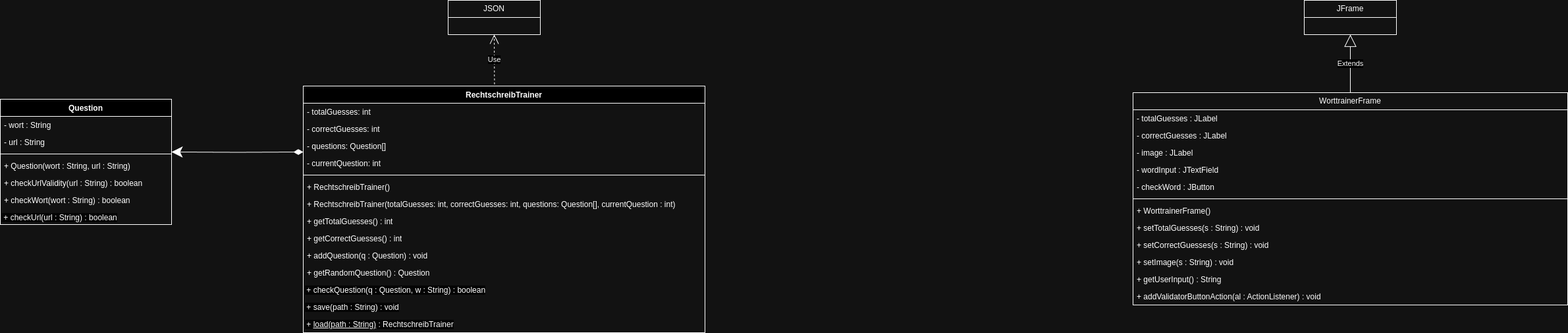
The draw.io diagram Worttrainer.png in TGM-HIT/sew9-2425-worttrainer-ahujaankush, before a commit. Source tidied: cells renumbered, new cells last; positions are measured from the earlier drawing's top-left corner, leaving out a move shared by most shapes.
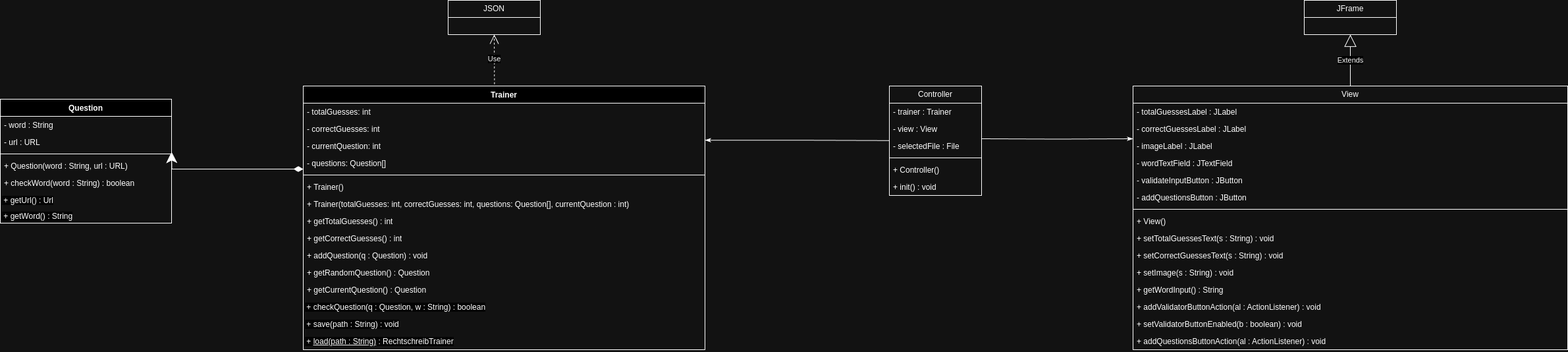
After the change.

What changed in the source:
```diff
@@ -5,8 +5,8 @@
     <mxCell id="2" value="Question" style="swimlane;fontStyle=1;align=center;verticalAlign=top;horizontal=1;startSize=26;whiteSpace=wrap;html=1;" parent="1" vertex="1">
-      <mxGeometry y="150" width="260" height="190" as="geometry" />
+      <mxGeometry y="150" width="260" height="188" as="geometry" />
     </mxCell>
-    <mxCell id="3" value="- wort : String" style="text;strokeColor=none;fillColor=none;align=left;verticalAlign=top;spacingLeft=4;spacingRight=4;overflow=hidden;whiteSpace=wrap;html=1;" parent="2" vertex="1">
+    <mxCell id="3" value="- word : String" style="text;strokeColor=none;fillColor=none;align=left;verticalAlign=top;spacingLeft=4;spacingRight=4;overflow=hidden;whiteSpace=wrap;html=1;" parent="2" vertex="1">
       <mxGeometry y="26" width="260" height="26" as="geometry" />
     </mxCell>
-    <mxCell id="4" value="- url : String" style="text;strokeColor=none;fillColor=none;align=left;verticalAlign=top;spacingLeft=4;spacingRight=4;overflow=hidden;whiteSpace=wrap;html=1;" parent="2" vertex="1">
+    <mxCell id="4" value="- url : URL" style="text;strokeColor=none;fillColor=none;align=left;verticalAlign=top;spacingLeft=4;spacingRight=4;overflow=hidden;whiteSpace=wrap;html=1;" parent="2" vertex="1">
       <mxGeometry y="52" width="260" height="26" as="geometry" />
@@ -16,16 +16,16 @@
     </mxCell>
-    <mxCell id="6" value="+ Question(wort : String, url : String)" style="text;strokeColor=none;fillColor=none;align=left;verticalAlign=top;spacingLeft=4;spacingRight=4;overflow=hidden;whiteSpace=wrap;html=1;" parent="2" vertex="1">
+    <mxCell id="6" value="+ Question(word : String, url : URL)" style="text;strokeColor=none;fillColor=none;align=left;verticalAlign=top;spacingLeft=4;spacingRight=4;overflow=hidden;whiteSpace=wrap;html=1;" parent="2" vertex="1">
       <mxGeometry y="88" width="260" height="26" as="geometry" />
     </mxCell>
-    <mxCell id="7" value="+ checkUrlValidity(url : String) : boolean" style="text;strokeColor=none;fillColor=none;align=left;verticalAlign=top;spacingLeft=4;spacingRight=4;overflow=hidden;whiteSpace=wrap;html=1;" parent="2" vertex="1">
-      <mxGeometry y="114" width="260" height="26" as="geometry" />
-    </mxCell>
-    <mxCell id="8" value="+ checkWort(wort : String) : boolean" style="text;strokeColor=none;fillColor=none;align=left;verticalAlign=top;spacingLeft=4;spacingRight=4;overflow=hidden;whiteSpace=wrap;html=1;" parent="2" vertex="1">
-      <mxGeometry y="140" width="260" height="26" as="geometry" />
+    <mxCell id="8" value="+ checkWord(word : String) : boolean" style="text;strokeColor=none;fillColor=none;align=left;verticalAlign=top;spacingLeft=4;spacingRight=4;overflow=hidden;whiteSpace=wrap;html=1;" parent="2" vertex="1">
+      <mxGeometry y="114" width="260" height="26" as="geometry" />
     </mxCell>
-    <mxCell id="9" value="&lt;span style=&quot;color: rgb(0, 0, 0); font-family: Helvetica; font-size: 12px; font-style: normal; font-variant-ligatures: normal; font-variant-caps: normal; font-weight: 400; letter-spacing: normal; orphans: 2; text-align: left; text-indent: 0px; text-transform: none; widows: 2; word-spacing: 0px; -webkit-text-stroke-width: 0px; white-space: normal; background-color: rgb(251, 251, 251); text-decoration-thickness: initial; text-decoration-style: initial; text-decoration-color: initial; display: inline !important; float: none;&quot;&gt;&amp;nbsp;+ checkUrl(url : String) : boolean&lt;/span&gt;" style="text;whiteSpace=wrap;html=1;" parent="2" vertex="1">
-      <mxGeometry y="166" width="260" height="24" as="geometry" />
+    <mxCell id="9" value="&lt;span style=&quot;color: rgb(0, 0, 0); font-family: Helvetica; font-size: 12px; font-style: normal; font-variant-ligatures: normal; font-variant-caps: normal; font-weight: 400; letter-spacing: normal; orphans: 2; text-align: left; text-indent: 0px; text-transform: none; widows: 2; word-spacing: 0px; -webkit-text-stroke-width: 0px; white-space: normal; background-color: rgb(251, 251, 251); text-decoration-thickness: initial; text-decoration-style: initial; text-decoration-color: initial; display: inline !important; float: none;&quot;&gt;&amp;nbsp;+ getUrl() : Url&lt;/span&gt;" style="text;whiteSpace=wrap;html=1;" parent="2" vertex="1">
+      <mxGeometry y="140" width="260" height="24" as="geometry" />
     </mxCell>
+    <mxCell id="43" value="&lt;span style=&quot;color: rgb(0, 0, 0); font-family: Helvetica; font-size: 12px; font-style: normal; font-variant-ligatures: normal; font-variant-caps: normal; font-weight: 400; letter-spacing: normal; orphans: 2; text-align: left; text-indent: 0px; text-transform: none; widows: 2; word-spacing: 0px; -webkit-text-stroke-width: 0px; white-space: normal; background-color: rgb(251, 251, 251); text-decoration-thickness: initial; text-decoration-style: initial; text-decoration-color: initial; display: inline !important; float: none;&quot;&gt;&amp;nbsp;+ getWord() : String&lt;/span&gt;" style="text;whiteSpace=wrap;html=1;" parent="2" vertex="1">
+      <mxGeometry y="164" width="260" height="24" as="geometry" />
+    </mxCell>
-    <mxCell id="10" value="RechtschreibTrainer" style="swimlane;fontStyle=1;align=center;verticalAlign=top;horizontal=1;startSize=26;whiteSpace=wrap;html=1;" parent="1" vertex="1">
-      <mxGeometry x="460" y="130" width="610" height="374" as="geometry" />
+    <mxCell id="10" value="Trainer" style="swimlane;fontStyle=1;align=center;verticalAlign=top;horizontal=1;startSize=26;whiteSpace=wrap;html=1;" parent="1" vertex="1">
+      <mxGeometry x="460" y="130" width="610" height="400" as="geometry" />
     </mxCell>
@@ -37,8 +37,8 @@
     </mxCell>
+    <mxCell id="14" value="- currentQuestion: int" style="text;strokeColor=none;fillColor=none;align=left;verticalAlign=top;spacingLeft=4;spacingRight=4;overflow=hidden;whiteSpace=wrap;html=1;" parent="10" vertex="1">
+      <mxGeometry y="78" width="610" height="26" as="geometry" />
+    </mxCell>
     <mxCell id="13" value="- questions: Question[]" style="text;strokeColor=none;fillColor=none;align=left;verticalAlign=top;spacingLeft=4;spacingRight=4;overflow=hidden;points=[[0,0.5],[1,0.5]];portConstraint=eastwest;whiteSpace=wrap;html=1;" parent="10" vertex="1">
-      <mxGeometry y="78" width="610" height="26" as="geometry" />
+      <mxGeometry y="104" width="610" height="26" as="geometry" />
     </mxCell>
-    <mxCell id="14" value="- currentQuestion: int" style="text;strokeColor=none;fillColor=none;align=left;verticalAlign=top;spacingLeft=4;spacingRight=4;overflow=hidden;whiteSpace=wrap;html=1;" parent="10" vertex="1">
-      <mxGeometry y="104" width="610" height="26" as="geometry" />
-    </mxCell>
     <mxCell id="15" style="line;strokeWidth=1;fillColor=none;align=left;verticalAlign=middle;spacingTop=-1;spacingLeft=3;spacingRight=3;labelPosition=right;strokeColor=inherit;" parent="10" vertex="1">
@@ -46,6 +46,6 @@
     </mxCell>
-    <mxCell id="16" value="+ RechtschreibTrainer()" style="text;strokeColor=none;fillColor=none;align=left;verticalAlign=top;spacingLeft=4;spacingRight=4;overflow=hidden;whiteSpace=wrap;html=1;" parent="10" vertex="1">
+    <mxCell id="16" value="+ Trainer()" style="text;strokeColor=none;fillColor=none;align=left;verticalAlign=top;spacingLeft=4;spacingRight=4;overflow=hidden;whiteSpace=wrap;html=1;" parent="10" vertex="1">
       <mxGeometry y="140" width="610" height="26" as="geometry" />
     </mxCell>
-    <mxCell id="17" value="+ RechtschreibTrainer(totalGuesses: int, correctGuesses: int, questions: Question[], currentQuestion : int)" style="text;strokeColor=none;fillColor=none;align=left;verticalAlign=top;spacingLeft=4;spacingRight=4;overflow=hidden;whiteSpace=wrap;html=1;" parent="10" vertex="1">
+    <mxCell id="17" value="+ Trainer(totalGuesses: int, correctGuesses: int, questions: Question[], currentQuestion : int)" style="text;strokeColor=none;fillColor=none;align=left;verticalAlign=top;spacingLeft=4;spacingRight=4;overflow=hidden;whiteSpace=wrap;html=1;" parent="10" vertex="1">
       <mxGeometry y="166" width="610" height="26" as="geometry" />
@@ -64,10 +64,13 @@
     </mxCell>
+    <mxCell id="44" value="+ getCurrentQuestion() : Question" style="text;strokeColor=none;fillColor=none;align=left;verticalAlign=top;spacingLeft=4;spacingRight=4;overflow=hidden;whiteSpace=wrap;html=1;" parent="10" vertex="1">
+      <mxGeometry y="296" width="610" height="26" as="geometry" />
+    </mxCell>
     <mxCell id="22" value="&lt;span style=&quot;color: rgb(0, 0, 0); font-family: Helvetica; font-size: 12px; font-style: normal; font-variant-ligatures: normal; font-variant-caps: normal; font-weight: 400; letter-spacing: normal; orphans: 2; text-align: left; text-indent: 0px; text-transform: none; widows: 2; word-spacing: 0px; -webkit-text-stroke-width: 0px; white-space: normal; background-color: rgb(251, 251, 251); text-decoration-thickness: initial; text-decoration-style: initial; text-decoration-color: initial; display: inline !important; float: none;&quot;&gt;&amp;nbsp;+ checkQuestion(q : Question, w : String) : boolean&lt;/span&gt;" style="text;whiteSpace=wrap;html=1;" parent="10" vertex="1">
-      <mxGeometry y="296" width="610" height="26" as="geometry" />
+      <mxGeometry y="322" width="610" height="26" as="geometry" />
     </mxCell>
     <mxCell id="23" value="&lt;span style=&quot;color: rgb(0, 0, 0); font-family: Helvetica; font-size: 12px; font-style: normal; font-variant-ligatures: normal; font-variant-caps: normal; font-weight: 400; letter-spacing: normal; orphans: 2; text-align: left; text-indent: 0px; text-transform: none; widows: 2; word-spacing: 0px; -webkit-text-stroke-width: 0px; white-space: normal; background-color: rgb(251, 251, 251); text-decoration-thickness: initial; text-decoration-style: initial; text-decoration-color: initial; display: inline !important; float: none;&quot;&gt;&amp;nbsp;+ save(path : String) : void&lt;/span&gt;" style="text;whiteSpace=wrap;html=1;" parent="10" vertex="1">
-      <mxGeometry y="322" width="610" height="26" as="geometry" />
+      <mxGeometry y="348" width="610" height="26" as="geometry" />
     </mxCell>
     <mxCell id="24" value="&lt;span style=&quot;color: rgb(0, 0, 0); font-family: Helvetica; font-size: 12px; font-style: normal; font-variant-ligatures: normal; font-variant-caps: normal; font-weight: 400; letter-spacing: normal; orphans: 2; text-align: left; text-indent: 0px; text-transform: none; widows: 2; word-spacing: 0px; -webkit-text-stroke-width: 0px; white-space: normal; background-color: rgb(251, 251, 251); text-decoration-thickness: initial; text-decoration-style: initial; text-decoration-color: initial; display: inline !important; float: none;&quot;&gt;&amp;nbsp;+ &lt;u&gt;load(path : String)&lt;/u&gt; : RechtschreibTrainer&lt;/span&gt;" style="text;whiteSpace=wrap;html=1;" parent="10" vertex="1">
-      <mxGeometry y="348" width="610" height="26" as="geometry" />
+      <mxGeometry y="374" width="610" height="26" as="geometry" />
     </mxCell>
@@ -84,41 +87,50 @@
     </mxCell>
-    <mxCell id="28" value="WorttrainerFrame" style="swimlane;fontStyle=0;horizontal=1;startSize=26;fillColor=none;whiteSpace=wrap;html=1;" parent="1" vertex="1">
-      <mxGeometry x="1720" y="140" width="660" height="322" as="geometry" />
+    <mxCell id="28" value="View" style="swimlane;fontStyle=0;horizontal=1;startSize=26;fillColor=none;whiteSpace=wrap;html=1;" parent="1" vertex="1">
+      <mxGeometry x="1720" y="130" width="660" height="400" as="geometry" />
     </mxCell>
-    <mxCell id="29" value="- totalGuesses : JLabel" style="text;strokeColor=none;fillColor=none;align=left;verticalAlign=top;spacingLeft=4;spacingRight=4;overflow=hidden;whiteSpace=wrap;html=1;" parent="28" vertex="1">
+    <mxCell id="29" value="- totalGuessesLabel : JLabel" style="text;strokeColor=none;fillColor=none;align=left;verticalAlign=top;spacingLeft=4;spacingRight=4;overflow=hidden;whiteSpace=wrap;html=1;" parent="28" vertex="1">
       <mxGeometry y="26" width="660" height="26" as="geometry" />
     </mxCell>
-    <mxCell id="30" value="- correctGuesses : JLabel" style="text;strokeColor=none;fillColor=none;align=left;verticalAlign=top;spacingLeft=4;spacingRight=4;overflow=hidden;whiteSpace=wrap;html=1;" parent="28" vertex="1">
+    <mxCell id="30" value="- correctGuessesLabel : JLabel" style="text;strokeColor=none;fillColor=none;align=left;verticalAlign=top;spacingLeft=4;spacingRight=4;overflow=hidden;whiteSpace=wrap;html=1;" parent="28" vertex="1">
       <mxGeometry y="52" width="660" height="26" as="geometry" />
     </mxCell>
-    <mxCell id="31" value="- image : JLabel" style="text;strokeColor=none;fillColor=none;align=left;verticalAlign=top;spacingLeft=4;spacingRight=4;overflow=hidden;points=[[0,0.5],[1,0.5]];portConstraint=eastwest;whiteSpace=wrap;html=1;" parent="28" vertex="1">
+    <mxCell id="31" value="- imageLabel : JLabel" style="text;strokeColor=none;fillColor=none;align=left;verticalAlign=top;spacingLeft=4;spacingRight=4;overflow=hidden;points=[[0,0.5],[1,0.5]];portConstraint=eastwest;whiteSpace=wrap;html=1;" parent="28" vertex="1">
       <mxGeometry y="78" width="660" height="26" as="geometry" />
     </mxCell>
-    <mxCell id="32" value="- wordInput : JTextField" style="text;strokeColor=none;fillColor=none;align=left;verticalAlign=top;spacingLeft=4;spacingRight=4;overflow=hidden;whiteSpace=wrap;html=1;" parent="28" vertex="1">
+    <mxCell id="32" value="- wordTextField : JTextField" style="text;strokeColor=none;fillColor=none;align=left;verticalAlign=top;spacingLeft=4;spacingRight=4;overflow=hidden;whiteSpace=wrap;html=1;" parent="28" vertex="1">
       <mxGeometry y="104" width="660" height="26" as="geometry" />
     </mxCell>
-    <mxCell id="33" value="- checkWord : JButton" style="text;strokeColor=none;fillColor=none;align=left;verticalAlign=top;spacingLeft=4;spacingRight=4;overflow=hidden;whiteSpace=wrap;html=1;" parent="28" vertex="1">
+    <mxCell id="33" value="- validateInputButton : JButton" style="text;strokeColor=none;fillColor=none;align=left;verticalAlign=top;spacingLeft=4;spacingRight=4;overflow=hidden;whiteSpace=wrap;html=1;" parent="28" vertex="1">
       <mxGeometry y="130" width="660" height="26" as="geometry" />
     </mxCell>
+    <mxCell id="45" value="- addQuestionsButton : JButton" style="text;strokeColor=none;fillColor=none;align=left;verticalAlign=top;spacingLeft=4;spacingRight=4;overflow=hidden;whiteSpace=wrap;html=1;" parent="28" vertex="1">
+      <mxGeometry y="156" width="660" height="26" as="geometry" />
+    </mxCell>
     <mxCell id="34" style="line;strokeWidth=1;fillColor=none;align=left;verticalAlign=middle;spacingTop=-1;spacingLeft=3;spacingRight=3;labelPosition=right;strokeColor=inherit;" parent="28" vertex="1">
-      <mxGeometry y="156" width="660" height="10" as="geometry" />
+      <mxGeometry y="182" width="660" height="10" as="geometry" />
     </mxCell>
-    <mxCell id="35" value="+&amp;nbsp;&lt;span style=&quot;text-align: center;&quot;&gt;WorttrainerFrame&lt;/span&gt;()" style="text;strokeColor=none;fillColor=none;align=left;verticalAlign=top;spacingLeft=4;spacingRight=4;overflow=hidden;whiteSpace=wrap;html=1;" parent="28" vertex="1">
-      <mxGeometry y="166" width="660" height="26" as="geometry" />
+    <mxCell id="35" value="+&amp;nbsp;&lt;span style=&quot;text-align: center;&quot;&gt;View&lt;/span&gt;()" style="text;strokeColor=none;fillColor=none;align=left;verticalAlign=top;spacingLeft=4;spacingRight=4;overflow=hidden;whiteSpace=wrap;html=1;" parent="28" vertex="1">
+      <mxGeometry y="192" width="660" height="26" as="geometry" />
     </mxCell>
-    <mxCell id="36" value="+ setTotalGuesses(s : String) : void" style="text;strokeColor=none;fillColor=none;align=left;verticalAlign=top;spacingLeft=4;spacingRight=4;overflow=hidden;whiteSpace=wrap;html=1;" parent="28" vertex="1">
-      <mxGeometry y="192" width="660" height="26" as="geometry" />
+    <mxCell id="36" value="+ setTotalGuessesText(s : String) : void" style="text;strokeColor=none;fillColor=none;align=left;verticalAlign=top;spacingLeft=4;spacingRight=4;overflow=hidden;whiteSpace=wrap;html=1;" parent="28" vertex="1">
+      <mxGeometry y="218" width="660" height="26" as="geometry" />
     </mxCell>
-    <mxCell id="37" value="+ setCorrectGuesses(s : String) : void" style="text;strokeColor=none;fillColor=none;align=left;verticalAlign=top;spacingLeft=4;spacingRight=4;overflow=hidden;whiteSpace=wrap;html=1;" parent="28" vertex="1">
-      <mxGeometry y="218" width="660" height="26" as="geometry" />
+    <mxCell id="37" value="+ setCorrectGuessesText(s : String) : void" style="text;strokeColor=none;fillColor=none;align=left;verticalAlign=top;spacingLeft=4;spacingRight=4;overflow=hidden;whiteSpace=wrap;html=1;" parent="28" vertex="1">
+      <mxGeometry y="244" width="660" height="26" as="geometry" />
     </mxCell>
     <mxCell id="38" value="+ setImage(s : String) : void" style="text;strokeColor=none;fillColor=none;align=left;verticalAlign=top;spacingLeft=4;spacingRight=4;overflow=hidden;whiteSpace=wrap;html=1;" parent="28" vertex="1">
-      <mxGeometry y="244" width="660" height="26" as="geometry" />
+      <mxGeometry y="270" width="660" height="26" as="geometry" />
     </mxCell>
-    <mxCell id="39" value="+ getUserInput() : String" style="text;strokeColor=none;fillColor=none;align=left;verticalAlign=top;spacingLeft=4;spacingRight=4;overflow=hidden;whiteSpace=wrap;html=1;" parent="28" vertex="1">
-      <mxGeometry y="270" width="660" height="26" as="geometry" />
+    <mxCell id="39" value="+ getWordInput() : String" style="text;strokeColor=none;fillColor=none;align=left;verticalAlign=top;spacingLeft=4;spacingRight=4;overflow=hidden;whiteSpace=wrap;html=1;" parent="28" vertex="1">
+      <mxGeometry y="296" width="660" height="26" as="geometry" />
     </mxCell>
     <mxCell id="40" value="+ addValidatorButtonAction(al : ActionListener) : void" style="text;strokeColor=none;fillColor=none;align=left;verticalAlign=top;spacingLeft=4;spacingRight=4;overflow=hidden;whiteSpace=wrap;html=1;" parent="28" vertex="1">
-      <mxGeometry y="296" width="660" height="26" as="geometry" />
+      <mxGeometry y="322" width="660" height="26" as="geometry" />
     </mxCell>
+    <mxCell id="46" value="+ setValidatorButtonEnabled(b : boolean) : void" style="text;strokeColor=none;fillColor=none;align=left;verticalAlign=top;spacingLeft=4;spacingRight=4;overflow=hidden;whiteSpace=wrap;html=1;" parent="28" vertex="1">
+      <mxGeometry y="348" width="660" height="26" as="geometry" />
+    </mxCell>
+    <mxCell id="47" value="+ addQuestionsButtonAction(al : ActionListener) : void" style="text;strokeColor=none;fillColor=none;align=left;verticalAlign=top;spacingLeft=4;spacingRight=4;overflow=hidden;whiteSpace=wrap;html=1;" parent="28" vertex="1">
+      <mxGeometry y="374" width="660" height="26" as="geometry" />
+    </mxCell>
     <mxCell id="41" value="JFrame" style="swimlane;fontStyle=0;horizontal=1;startSize=26;fillColor=none;whiteSpace=wrap;html=1;" parent="1" vertex="1">
@@ -129,2 +141,38 @@
     </mxCell>
+    <mxCell id="48" value="Controller" style="swimlane;fontStyle=0;horizontal=1;startSize=26;fillColor=none;whiteSpace=wrap;html=1;" parent="1" vertex="1">
+      <mxGeometry x="1350" y="130" width="140" height="166" as="geometry" />
+    </mxCell>
+    <mxCell id="49" value="- trainer : Trainer" style="text;strokeColor=none;fillColor=none;align=left;verticalAlign=top;spacingLeft=4;spacingRight=4;overflow=hidden;whiteSpace=wrap;html=1;" parent="48" vertex="1">
+      <mxGeometry y="26" width="140" height="26" as="geometry" />
+    </mxCell>
+    <mxCell id="50" value="- view : View" style="text;strokeColor=none;fillColor=none;align=left;verticalAlign=top;spacingLeft=4;spacingRight=4;overflow=hidden;whiteSpace=wrap;html=1;" parent="48" vertex="1">
+      <mxGeometry y="52" width="140" height="26" as="geometry" />
+    </mxCell>
+    <mxCell id="51" value="- selectedFile : File" style="text;strokeColor=none;fillColor=none;align=left;verticalAlign=top;spacingLeft=4;spacingRight=4;overflow=hidden;whiteSpace=wrap;html=1;" parent="48" vertex="1">
+      <mxGeometry y="78" width="140" height="26" as="geometry" />
+    </mxCell>
+    <mxCell id="52" style="line;strokeWidth=1;fillColor=none;align=left;verticalAlign=middle;spacingTop=-1;spacingLeft=3;spacingRight=3;labelPosition=right;strokeColor=inherit;" parent="48" vertex="1">
+      <mxGeometry y="104" width="140" height="10" as="geometry" />
+    </mxCell>
+    <mxCell id="53" value="+ Controller()" style="text;strokeColor=none;fillColor=none;align=left;verticalAlign=top;spacingLeft=4;spacingRight=4;overflow=hidden;whiteSpace=wrap;html=1;" parent="48" vertex="1">
+      <mxGeometry y="114" width="140" height="26" as="geometry" />
+    </mxCell>
+    <mxCell id="54" value="+ init() : void" style="text;strokeColor=none;fillColor=none;align=left;verticalAlign=top;spacingLeft=4;spacingRight=4;overflow=hidden;whiteSpace=wrap;html=1;" parent="48" vertex="1">
+      <mxGeometry y="140" width="140" height="26" as="geometry" />
+    </mxCell>
+    <mxCell id="55" style="endArrow=classicThin;html=1;edgeStyle=orthogonalEdgeStyle;rounded=0;entryX=0;entryY=0.077;entryDx=0;entryDy=0;entryPerimeter=0;startArrow=none;startFill=0;endFill=1;" parent="1" edge="1" target="31">
+      <mxGeometry relative="1" as="geometry">
+        <mxPoint x="1490" y="210" as="sourcePoint" />
+      </mxGeometry>
+    </mxCell>
+    <mxCell id="56" style="endArrow=none;html=1;edgeStyle=orthogonalEdgeStyle;rounded=0;entryX=0;entryY=0.077;entryDx=0;entryDy=0;entryPerimeter=0;startArrow=classicThin;startFill=1;endFill=0;exitX=1;exitY=0.057;exitDx=0;exitDy=0;exitPerimeter=0;" parent="1" edge="1">
+      <mxGeometry relative="1" as="geometry">
+        <mxPoint x="1070" y="212.2" as="sourcePoint" />
+        <mxPoint x="1350" y="212.8" as="targetPoint" />
+        <Array as="points">
+          <mxPoint x="1210" y="212" />
+          <mxPoint x="1350" y="213" />
+        </Array>
+      </mxGeometry>
+    </mxCell>
   </root>
```
